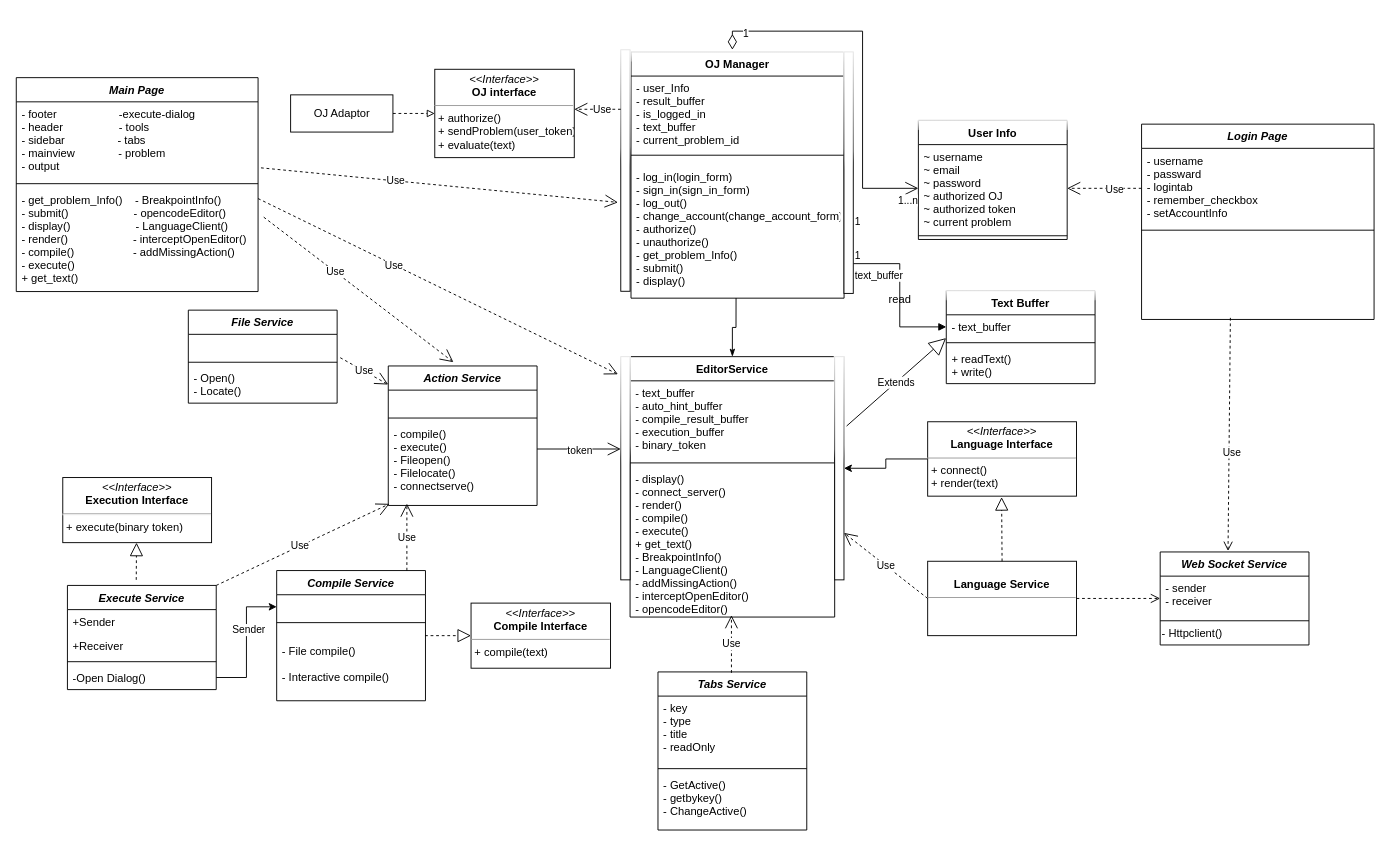
gulang2019/ClaviCode-UML keeps this draw.io diagram as OOD_classGraph.drawio. Above is the earlier version. Source tidied: cells renumbered, new cells numbered last; positions are measured from the earlier drawing's top-left corner, leaving out a move shared by most shapes. Both pictures are drawn from the tidied source at 93%, with x=0, y=0 at pixel (16, 31).
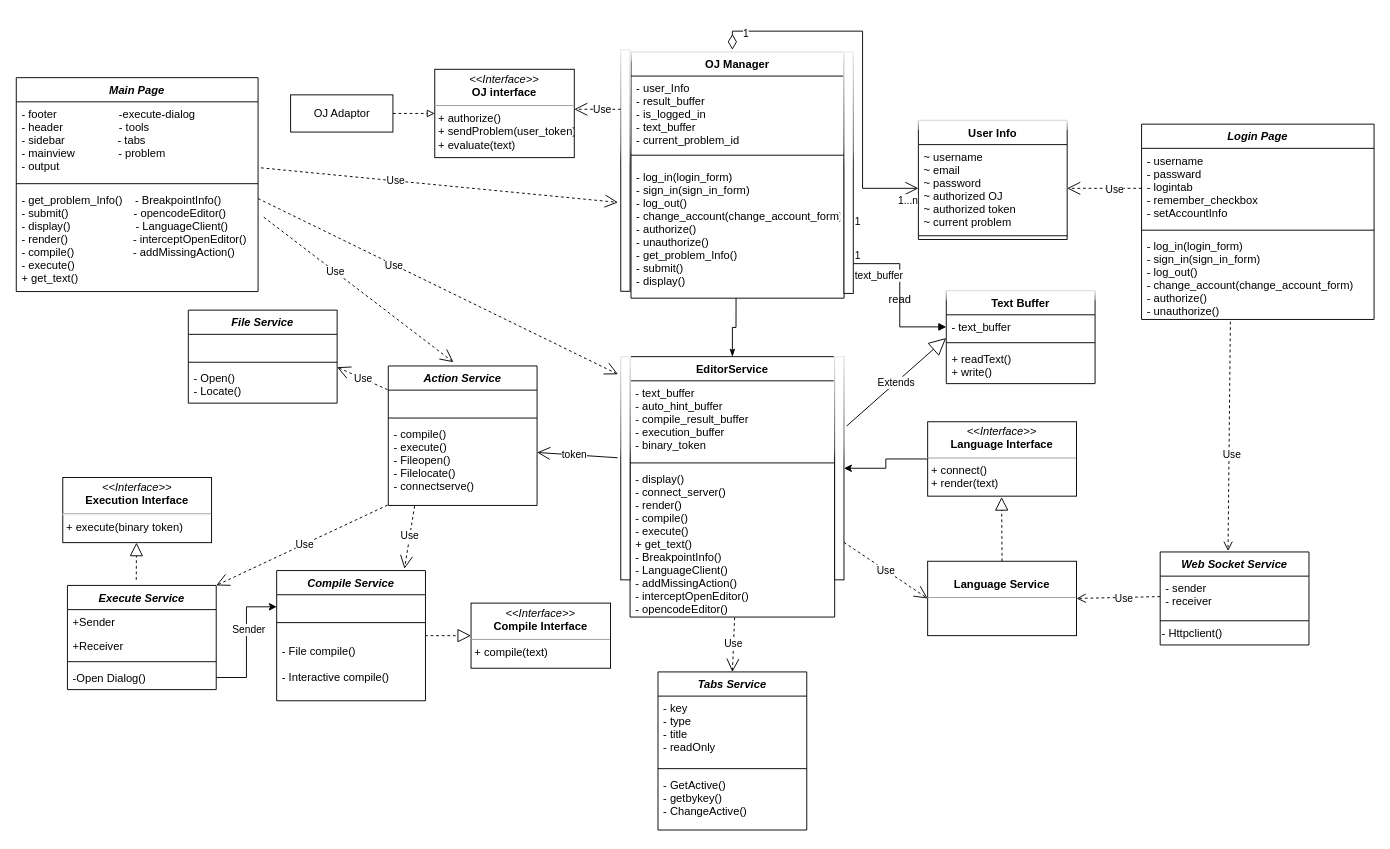
After the change.

The change refers to these unchanged cells:
```xml
<mxCell id="13" value="- display()&#10;- connect_server()&#10;- render()&#10;- compile()&#10;- execute()&#10;+ get_text()&#10;- BreakpointInfo()&#10;- LanguageClient()&#10;- addMissingAction()&#10;- interceptOpenEditor()&#10;- opencodeEditor()" style="text;strokeColor=none;fillColor=none;align=left;verticalAlign=top;spacingLeft=4;spacingRight=4;overflow=hidden;points=[[0,0.5],[1,0.5]];portConstraint=eastwest;" parent="10" vertex="1">
  <mxGeometry y="118.5" width="220" height="161.5" as="geometry" />
</mxCell>
<mxCell id="14" style="html=1;points=[];perimeter=orthogonalPerimeter;glass=1;verticalAlign=middle;" parent="9" vertex="1">
  <mxGeometry width="10" height="240" as="geometry" />
</mxCell>
<mxCell id="15" style="html=1;points=[];perimeter=orthogonalPerimeter;glass=1;verticalAlign=middle;" parent="9" vertex="1">
  <mxGeometry x="230" width="10" height="240" as="geometry" />
</mxCell>
<mxCell id="19" value="Compile Service" style="swimlane;fontStyle=3;align=center;verticalAlign=top;horizontal=1;startSize=26;rounded=0;shadow=0;strokeWidth=1;fontSize=12;" parent="1" vertex="1">
  <mxGeometry x="280" y="580" width="160" height="140" as="geometry" />
</mxCell>
<mxCell id="23" value="Execute Service" style="swimlane;fontStyle=3;align=center;verticalAlign=top;horizontal=1;startSize=26;rounded=0;shadow=0;strokeWidth=1;fontSize=12;" parent="1" vertex="1">
  <mxGeometry x="55" y="596" width="160" height="112" as="geometry" />
</mxCell>
<mxCell id="31" value="- sender&#10;- receiver&#10;" style="text;align=left;verticalAlign=top;spacingLeft=4;spacingRight=4;overflow=hidden;points=[[0,0.5],[1,0.5]];portConstraint=eastwest;fontSize=12;" parent="30" vertex="1">
  <mxGeometry y="26" width="160" height="44" as="geometry" />
</mxCell>
<mxCell id="36" value="&lt;p style=&quot;margin: 0px ; margin-top: 4px ; text-align: center&quot;&gt;&lt;br&gt;&lt;b&gt;Language Service&lt;/b&gt;&lt;/p&gt;&lt;hr size=&quot;1&quot;&gt;&lt;p style=&quot;margin: 0px ; margin-left: 4px&quot;&gt;&lt;br&gt;&lt;/p&gt;&lt;p style=&quot;margin: 0px ; margin-left: 4px&quot;&gt;&lt;br&gt;&lt;/p&gt;" style="verticalAlign=top;align=left;overflow=fill;fontSize=12;fontFamily=Helvetica;html=1;" parent="1" vertex="1">
  <mxGeometry x="980" y="570" width="160" height="80" as="geometry" />
</mxCell>
<mxCell id="39" value="Tabs Service" style="swimlane;fontStyle=3;align=center;verticalAlign=top;horizontal=1;startSize=26;rounded=0;shadow=0;strokeWidth=1;fontSize=12;" parent="1" vertex="1">
  <mxGeometry x="690" y="689" width="160" height="170" as="geometry" />
</mxCell>
<mxCell id="44" value=" " style="text;align=left;verticalAlign=top;spacingLeft=4;spacingRight=4;overflow=hidden;points=[[0,0.5],[1,0.5]];portConstraint=eastwest;fontSize=12;" parent="43" vertex="1">
  <mxGeometry y="26" width="160" height="26" as="geometry" />
</mxCell>
<mxCell id="46" value="- Open()&#10;- Locate()" style="text;align=left;verticalAlign=top;spacingLeft=4;spacingRight=4;overflow=hidden;points=[[0,0.5],[1,0.5]];portConstraint=eastwest;fontSize=12;" parent="43" vertex="1">
  <mxGeometry y="60" width="160" height="40" as="geometry" />
</mxCell>
<mxCell id="58" value=" " style="text;align=left;verticalAlign=top;spacingLeft=4;spacingRight=4;overflow=hidden;points=[[0,0.5],[1,0.5]];portConstraint=eastwest;fontSize=12;" parent="57" vertex="1">
  <mxGeometry y="26" width="160" height="26" as="geometry" />
</mxCell>
<mxCell id="60" value="- compile()&#10;- execute()&#10;- Fileopen()&#10;- Filelocate()&#10;- connectserve()" style="text;align=left;verticalAlign=top;spacingLeft=4;spacingRight=4;overflow=hidden;points=[[0,0.5],[1,0.5]];portConstraint=eastwest;fontSize=12;" parent="57" vertex="1">
  <mxGeometry y="60" width="160" height="90" as="geometry" />
</mxCell>
<mxCell id="79" value="Login Page" style="swimlane;fontStyle=3;align=center;verticalAlign=top;horizontal=1;startSize=26;rounded=0;shadow=0;strokeWidth=1;fontSize=12;" parent="1" vertex="1">
  <mxGeometry x="1210" y="100" width="250" height="210" as="geometry" />
</mxCell>
```

What changed in the source:
```diff
@@
-    <mxCell id="37" style="html=1;verticalAlign=bottom;endArrow=open;dashed=1;endSize=8;fontSize=12;exitX=1;exitY=0.5;exitDx=0;exitDy=0;" parent="1" edge="1" source="36">
-      <mxGeometry relative="1" as="geometry">
-        <mxPoint x="1230" y="610" as="targetPoint" />
-      </mxGeometry>
+    <mxCell id="37" style="html=1;verticalAlign=bottom;endArrow=open;dashed=1;endSize=8;fontSize=12;entryX=1;entryY=0.5;entryDx=0;entryDy=0;exitX=0;exitY=0.5;exitDx=0;exitDy=0;" parent="1" edge="1" source="31" target="36">
+      <mxGeometry relative="1" as="geometry" />
     </mxCell>
+    <mxCell id="97" value="Use" style="edgeLabel;html=1;align=center;verticalAlign=middle;" parent="37" vertex="1">
+      <mxGeometry x="-0.22" y="2" relative="1" as="geometry">
+        <mxPoint x="-5" y="-1" as="offset" />
+      </mxGeometry>
+    </mxCell>
@@
-    <mxCell id="48" value="Use" style="endArrow=open;endSize=12;dashed=1;html=1;exitX=0;exitY=0.5;exitDx=0;exitDy=0;" parent="1" edge="1" source="36">
-      <mxGeometry relative="1" as="geometry">
-        <mxPoint x="890" y="539.5" as="targetPoint" />
-      </mxGeometry>
+    <mxCell id="48" value="Use" style="endArrow=open;endSize=12;dashed=1;html=1;entryX=0;entryY=0.5;entryDx=0;entryDy=0;exitX=1;exitY=0.832;exitDx=0;exitDy=0;exitPerimeter=0;" parent="1" edge="1" source="15" target="36">
+      <mxGeometry relative="1" as="geometry" />
     </mxCell>
@@
-    <mxCell id="61" value="Use" style="endArrow=open;endSize=12;dashed=1;html=1;" parent="1" edge="1">
-      <mxGeometry relative="1" as="geometry">
-        <mxPoint x="769" y="690" as="sourcePoint" />
-        <mxPoint x="769" y="628" as="targetPoint" />
-      </mxGeometry>
+    <mxCell id="61" value="Use" style="endArrow=open;endSize=12;dashed=1;html=1;exitX=0.511;exitY=1.003;exitDx=0;exitDy=0;exitPerimeter=0;entryX=0.5;entryY=0;entryDx=0;entryDy=0;" parent="1" edge="1" source="13" target="39">
+      <mxGeometry relative="1" as="geometry" />
     </mxCell>
-    <mxCell id="62" style="endArrow=open;endFill=1;endSize=12;html=1;rounded=0;" parent="1" edge="1">
-      <mxGeometry relative="1" as="geometry">
-        <mxPoint x="560" y="449.3" as="sourcePoint" />
-        <mxPoint x="650" y="449.3" as="targetPoint" />
-      </mxGeometry>
+    <mxCell id="62" style="endArrow=open;endFill=1;endSize=12;html=1;rounded=0;exitX=-0.333;exitY=0.453;exitDx=0;exitDy=0;exitPerimeter=0;entryX=1;entryY=0.367;entryDx=0;entryDy=0;entryPerimeter=0;" parent="1" edge="1" source="14" target="60">
+      <mxGeometry relative="1" as="geometry" />
     </mxCell>
     <mxCell id="63" value="token" style="edgeLabel;html=1;align=center;verticalAlign=middle;" parent="62" vertex="1">
       <mxGeometry x="-0.47" y="-2" relative="1" as="geometry">
-        <mxPoint x="21" y="-1" as="offset" />
+        <mxPoint x="-24" y="-1" as="offset" />
       </mxGeometry>
     </mxCell>
@@
-    <mxCell id="65" value="Use" style="endArrow=open;endSize=12;dashed=1;html=1;" parent="1" edge="1">
-      <mxGeometry x="-0.03" relative="1" as="geometry">
-        <mxPoint x="420" y="580" as="sourcePoint" />
-        <mxPoint x="420" y="508" as="targetPoint" />
-      </mxGeometry>
+    <mxCell id="65" value="Use" style="endArrow=open;endSize=12;dashed=1;html=1;exitX=0.177;exitY=1.006;exitDx=0;exitDy=0;exitPerimeter=0;entryX=0.859;entryY=-0.014;entryDx=0;entryDy=0;entryPerimeter=0;" parent="1" edge="1" source="60" target="19">
+      <mxGeometry x="-0.03" relative="1" as="geometry" />
     </mxCell>
@@
-    <mxCell id="68" value="Use" style="endArrow=open;endSize=12;dashed=1;html=1;entryX=0.008;entryY=0.981;entryDx=0;entryDy=0;entryPerimeter=0;exitX=1;exitY=0;exitDx=0;exitDy=0;" parent="1" edge="1" source="23" target="60">
+    <mxCell id="68" value="Use" style="endArrow=open;endSize=12;dashed=1;html=1;exitX=-0.005;exitY=0.996;exitDx=0;exitDy=0;exitPerimeter=0;entryX=1;entryY=0;entryDx=0;entryDy=0;" parent="1" edge="1" source="60" target="23">
       <mxGeometry x="-0.03" relative="1" as="geometry" />
     </mxCell>
-    <mxCell id="69" value="Use" style="endArrow=open;endSize=12;dashed=1;html=1;exitX=1.021;exitY=0.967;exitDx=0;exitDy=0;exitPerimeter=0;" parent="1" edge="1" source="44">
-      <mxGeometry x="-0.03" relative="1" as="geometry">
-        <mxPoint x="400" y="380" as="targetPoint" />
-      </mxGeometry>
+    <mxCell id="69" value="Use" style="endArrow=open;endSize=12;dashed=1;html=1;exitX=-0.005;exitY=-0.019;exitDx=0;exitDy=0;exitPerimeter=0;entryX=1;entryY=0.033;entryDx=0;entryDy=0;entryPerimeter=0;" parent="1" edge="1" source="58" target="46">
+      <mxGeometry x="-0.03" relative="1" as="geometry" />
     </mxCell>
@@
-    <mxCell id="82" value=" " style="text;align=left;verticalAlign=top;spacingLeft=4;spacingRight=4;overflow=hidden;points=[[0,0.5],[1,0.5]];portConstraint=eastwest;fontSize=12;" parent="79" vertex="1">
-      <mxGeometry y="118" width="250" height="88" as="geometry" />
+    <mxCell id="82" value="- log_in(login_form)&#10;- sign_in(sign_in_form)&#10;- log_out() &#10;- change_account(change_account_form)&#10;- authorize()&#10;- unauthorize()" style="text;align=left;verticalAlign=top;spacingLeft=4;spacingRight=4;overflow=hidden;points=[[0,0.5],[1,0.5]];portConstraint=eastwest;fontSize=12;" parent="79" vertex="1">
+      <mxGeometry y="118" width="250" height="92" as="geometry" />
     </mxCell>
```
